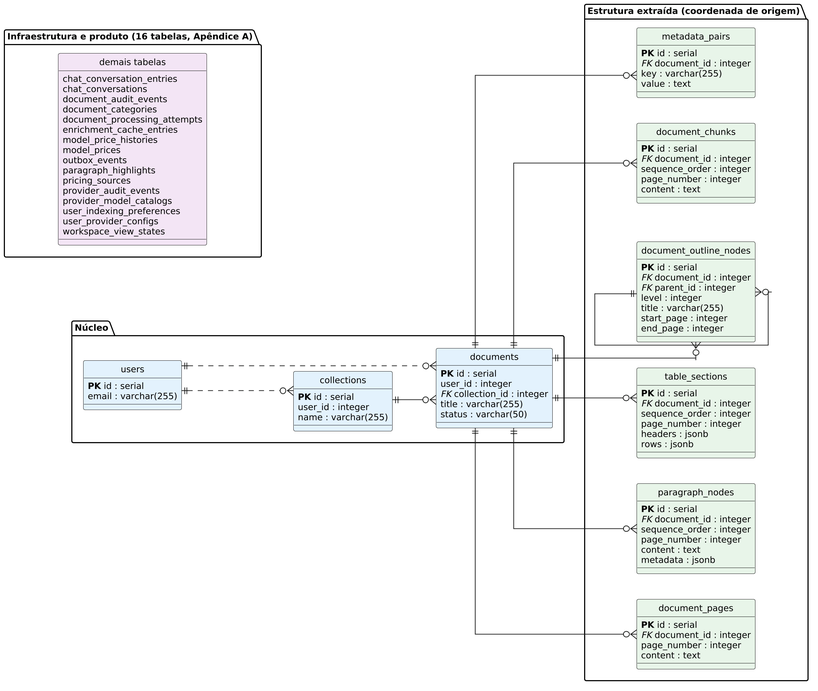
The PlantUML diagram docs/article/anexos/diagramas/esquema-proveniencia.png in EduardoMG12/ThingIndex, before a commit. Its source is kept beside it as docs/article/anexos/diagramas/esquema-proveniencia.puml.
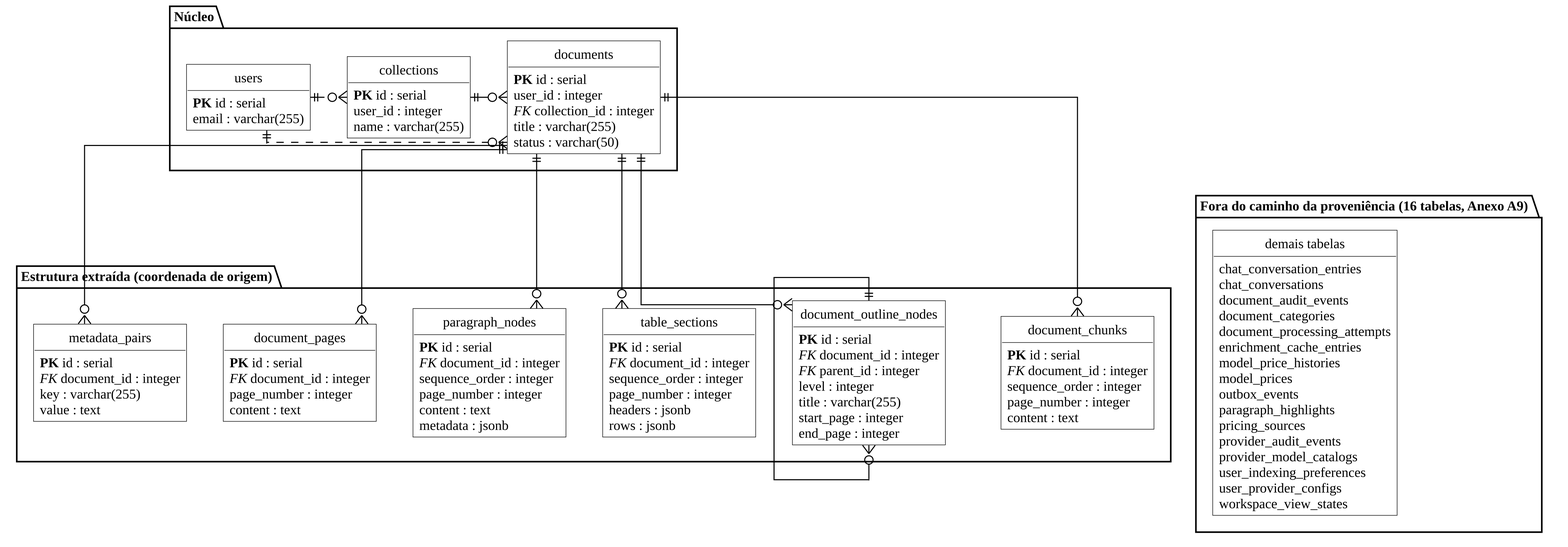
Later version of the same file.

The edit, as a diff of the source:
```diff
@@ -1,22 +1,19 @@
 @startuml
-skinparam dpi 200
-skinparam shadowing false
-skinparam defaultFontName Helvetica
-skinparam defaultFontSize 12
+!include estilo.iuml
+skinparam defaultFontSize 13
 skinparam linetype ortho
 hide circle
-left to right direction
 package "Núcleo" {
-entity "users" as users #E3F2FD {
+entity "users" as users {
   {field} <b>PK</b> id : serial
   {field} email : varchar(255)
 }
-entity "collections" as collections #E3F2FD {
+entity "collections" as collections {
   {field} <b>PK</b> id : serial
   {field} user_id : integer
   {field} name : varchar(255)
 }
-entity "documents" as documents #E3F2FD {
+entity "documents" as documents {
   {field} <b>PK</b> id : serial
   {field} user_id : integer
   {field} <i>FK</i> collection_id : integer
@@ -25,13 +22,13 @@
 }
 }
 package "Estrutura extraída (coordenada de origem)" {
-entity "document_pages" as document_pages #E8F5E9 {
+entity "document_pages" as document_pages {
   {field} <b>PK</b> id : serial
   {field} <i>FK</i> document_id : integer
   {field} page_number : integer
   {field} content : text
 }
-entity "paragraph_nodes" as paragraph_nodes #E8F5E9 {
+entity "paragraph_nodes" as paragraph_nodes {
   {field} <b>PK</b> id : serial
   {field} <i>FK</i> document_id : integer
   {field} sequence_order : integer
@@ -39,7 +36,7 @@
   {field} content : text
   {field} metadata : jsonb
 }
-entity "table_sections" as table_sections #E8F5E9 {
+entity "table_sections" as table_sections {
   {field} <b>PK</b> id : serial
   {field} <i>FK</i> document_id : integer
   {field} sequence_order : integer
@@ -47,7 +44,7 @@
   {field} headers : jsonb
   {field} rows : jsonb
 }
-entity "document_outline_nodes" as document_outline_nodes #E8F5E9 {
+entity "document_outline_nodes" as document_outline_nodes {
   {field} <b>PK</b> id : serial
   {field} <i>FK</i> document_id : integer
   {field} <i>FK</i> parent_id : integer
@@ -56,22 +53,22 @@
   {field} start_page : integer
   {field} end_page : integer
 }
-entity "document_chunks" as document_chunks #E8F5E9 {
+entity "document_chunks" as document_chunks {
   {field} <b>PK</b> id : serial
   {field} <i>FK</i> document_id : integer
   {field} sequence_order : integer
   {field} page_number : integer
   {field} content : text
 }
-entity "metadata_pairs" as metadata_pairs #E8F5E9 {
+entity "metadata_pairs" as metadata_pairs {
   {field} <b>PK</b> id : serial
   {field} <i>FK</i> document_id : integer
   {field} key : varchar(255)
   {field} value : text
 }
 }
-package "Infraestrutura e produto (16 tabelas, Apêndice A)" as infra {
-entity "demais tabelas" as outras #F3E5F5 {
+package "Fora do caminho da proveniência (16 tabelas, Anexo A9)" as infra {
+entity "demais tabelas" as outras {
   chat_conversation_entries
   chat_conversations
   document_audit_events
@@ -94,10 +91,11 @@
 documents ||--o{ document_outline_nodes
 document_outline_nodes ||--o{ document_outline_nodes
 documents ||--o{ document_pages
-collections ||--o{ documents
+collections ||-right-o{ documents
 documents ||--o{ metadata_pairs
 documents ||--o{ paragraph_nodes
 documents ||--o{ table_sections
-users ||..o{ collections
-users ||..o{ documents
+users ||.right.o{ collections
+users ||.right.o{ documents
+metadata_pairs -[hidden]right- outras
 @enduml
```
